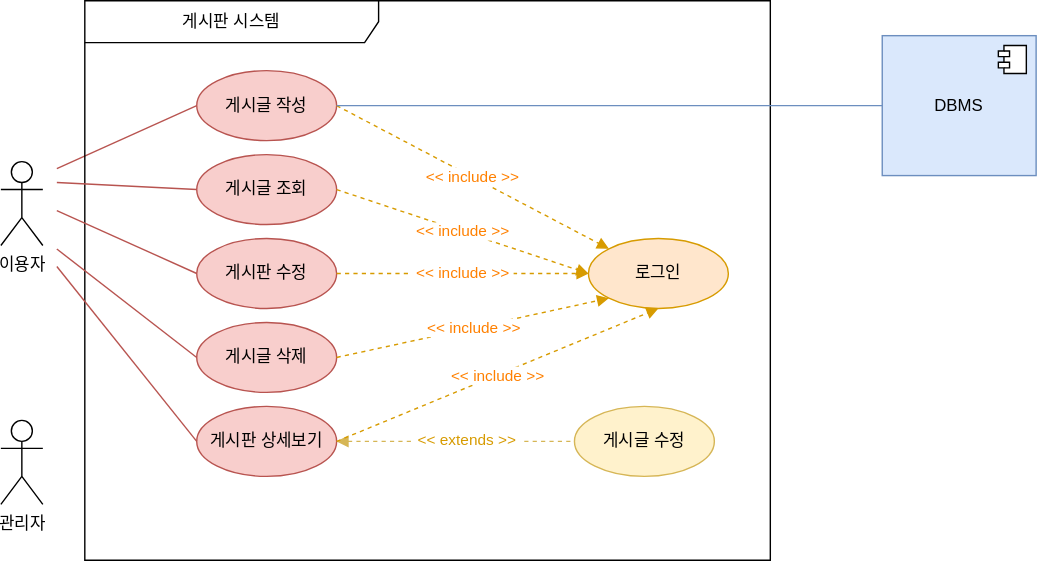
This is 게시판시스템.drawio.svg from sminxxi/multi_it_test, a draw.io export, as it was before one commit. Source tidied: cells renumbered, new cells last; positions are measured from the earlier drawing's top-left corner, leaving out a move shared by most shapes.
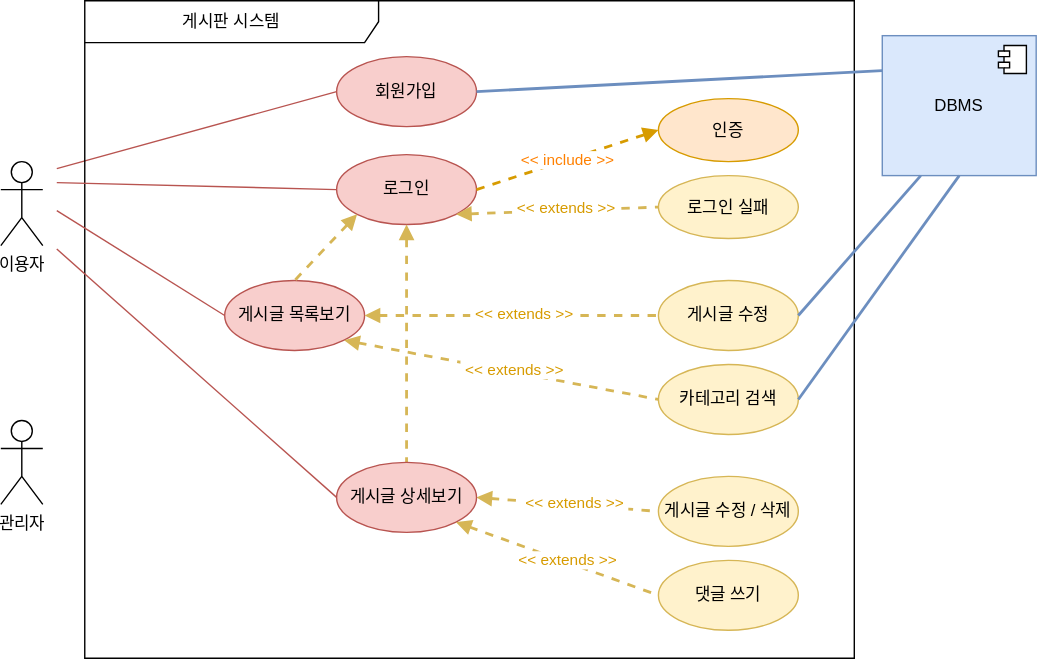
The same diagram one commit later.

Commit message:
게시판시스템.drawio.svg 업데이트

Diff of the diagram source:
```diff
@@ -14,29 +14,23 @@
       <mxGeometry y="300" width="30" height="60" as="geometry" />
     </mxCell>
     <mxCell id="5" value="게시판 시스템" style="shape=umlFrame;whiteSpace=wrap;html=1;width=210;height=30;" parent="1" vertex="1">
-      <mxGeometry x="60" width="490" height="400" as="geometry" />
+      <mxGeometry x="60" width="550" height="470" as="geometry" />
     </mxCell>
-    <mxCell id="6" value="게시글 작성" style="ellipse;whiteSpace=wrap;html=1;fillColor=#f8cecc;strokeColor=#b85450;" parent="1" vertex="1">
-      <mxGeometry x="140" y="50" width="100" height="50" as="geometry" />
+    <mxCell id="6" value="회원가입" style="ellipse;whiteSpace=wrap;html=1;fillColor=#f8cecc;strokeColor=#b85450;" parent="1" vertex="1">
+      <mxGeometry x="240" y="40" width="100" height="50" as="geometry" />
     </mxCell>
-    <mxCell id="7" value="게시글 수정" style="ellipse;whiteSpace=wrap;html=1;fillColor=#fff2cc;strokeColor=#d6b656;" parent="1" vertex="1">
-      <mxGeometry x="410" y="290" width="100" height="50" as="geometry" />
+    <mxCell id="7" value="게시글 수정 / 삭제" style="ellipse;whiteSpace=wrap;html=1;fillColor=#fff2cc;strokeColor=#d6b656;" parent="1" vertex="1">
+      <mxGeometry x="470" y="340" width="100" height="50" as="geometry" />
     </mxCell>
-    <mxCell id="8" value="게시글 조회" style="ellipse;whiteSpace=wrap;html=1;fillColor=#f8cecc;strokeColor=#b85450;" parent="1" vertex="1">
-      <mxGeometry x="140" y="110" width="100" height="50" as="geometry" />
+    <mxCell id="8" value="로그인" style="ellipse;whiteSpace=wrap;html=1;fillColor=#f8cecc;strokeColor=#b85450;" parent="1" vertex="1">
+      <mxGeometry x="240" y="110" width="100" height="50" as="geometry" />
     </mxCell>
-    <mxCell id="9" value="게시판 상세보기" style="ellipse;whiteSpace=wrap;html=1;fillColor=#f8cecc;strokeColor=#b85450;" parent="1" vertex="1">
-      <mxGeometry x="140" y="290" width="100" height="50" as="geometry" />
-    </mxCell>
-    <mxCell id="10" value="로그인" style="ellipse;whiteSpace=wrap;html=1;fillColor=#ffe6cc;strokeColor=#d79b00;" parent="1" vertex="1">
-      <mxGeometry x="420" y="170" width="100" height="50" as="geometry" />
+    <mxCell id="10" value="인증" style="ellipse;whiteSpace=wrap;html=1;fillColor=#ffe6cc;strokeColor=#d79b00;" parent="1" vertex="1">
+      <mxGeometry x="470" y="70" width="100" height="45" as="geometry" />
     </mxCell>
-    <mxCell id="11" value="게시판 수정" style="ellipse;whiteSpace=wrap;html=1;fillColor=#f8cecc;strokeColor=#b85450;" parent="1" vertex="1">
-      <mxGeometry x="140" y="170" width="100" height="50" as="geometry" />
+    <mxCell id="11" value="게시글 목록보기" style="ellipse;whiteSpace=wrap;html=1;fillColor=#f8cecc;strokeColor=#b85450;" parent="1" vertex="1">
+      <mxGeometry x="160" y="200" width="100" height="50" as="geometry" />
     </mxCell>
-    <mxCell id="12" value="게시글 삭제" style="ellipse;whiteSpace=wrap;html=1;fillColor=#f8cecc;strokeColor=#b85450;" parent="1" vertex="1">
-      <mxGeometry x="140" y="230" width="100" height="50" as="geometry" />
-    </mxCell>
     <mxCell id="13" style="rounded=0;jettySize=auto;html=1;entryX=0;entryY=0.5;entryDx=0;entryDy=0;endArrow=none;endFill=0;fillColor=#f8cecc;strokeColor=#b85450;" parent="1" edge="1" target="8">
       <mxGeometry relative="1" as="geometry">
         <mxPoint x="40" y="130" as="sourcePoint" />
@@ -52,37 +46,16 @@
         <mxPoint x="40" y="177.5" as="sourcePoint" />
       </mxGeometry>
     </mxCell>
-    <mxCell id="16" value="&amp;nbsp;&amp;lt;&amp;lt; include &amp;gt;&amp;gt;&amp;nbsp;" style="rounded=0;jettySize=auto;html=1;entryX=0;entryY=0;entryDx=0;entryDy=0;endArrow=block;endFill=1;dashed=1;strokeWidth=1;fillColor=#ffe6cc;strokeColor=#d79b00;fontColor=#FF8000;" parent="1" edge="1" target="10">
-      <mxGeometry relative="1" as="geometry">
-        <mxPoint x="240" y="75" as="sourcePoint" />
-      </mxGeometry>
+    <mxCell id="16" value="&amp;nbsp;&amp;lt;&amp;lt; include &amp;gt;&amp;gt;&amp;nbsp;" style="rounded=0;jettySize=auto;html=1;entryX=0;entryY=0.5;entryDx=0;entryDy=0;endArrow=block;endFill=1;dashed=1;strokeWidth=2;fillColor=#ffe6cc;strokeColor=#d79b00;fontColor=#FF8000;exitX=1;exitY=0.5;exitDx=0;exitDy=0;" parent="1" edge="1" source="8" target="10">
+      <mxGeometry relative="1" as="geometry" />
     </mxCell>
-    <mxCell id="17" style="rounded=0;jettySize=auto;html=1;entryX=0;entryY=0.5;entryDx=0;entryDy=0;endArrow=none;endFill=0;dashed=1;startArrow=block;startFill=1;fillColor=#fff2cc;strokeColor=#d6b656;exitX=1;exitY=0.5;exitDx=0;exitDy=0;" parent="1" edge="1" source="9" target="7">
+    <mxCell id="17" style="rounded=0;jettySize=auto;html=1;entryX=0;entryY=0.5;entryDx=0;entryDy=0;endArrow=none;endFill=0;dashed=1;startArrow=block;startFill=1;fillColor=#fff2cc;strokeColor=#d6b656;exitX=1;exitY=0.5;exitDx=0;exitDy=0;strokeWidth=2;" parent="1" edge="1" source="12" target="7">
       <mxGeometry relative="1" as="geometry" />
     </mxCell>
     <mxCell id="18" value="&amp;nbsp;&amp;lt;&amp;lt; extends &amp;gt;&amp;gt;&amp;nbsp;" style="edgeLabel;html=1;align=center;verticalAlign=middle;fontColor=#D79B00;" parent="17" vertex="1">
       <mxGeometry x="0.08" y="2" relative="1" as="geometry" />
     </mxCell>
-    <mxCell id="19" style="rounded=0;jettySize=auto;html=1;entryX=0;entryY=0.5;entryDx=0;entryDy=0;endArrow=none;endFill=0;fillColor=#f8cecc;strokeColor=#b85450;" parent="1" edge="1" target="9">
-      <mxGeometry relative="1" as="geometry">
-        <mxPoint x="40" y="190" as="sourcePoint" />
-      </mxGeometry>
-    </mxCell>
-    <mxCell id="20" value="&amp;nbsp;&amp;lt;&amp;lt; include &amp;gt;&amp;gt;&amp;nbsp;" style="rounded=0;jettySize=auto;html=1;entryX=0;entryY=0.5;entryDx=0;entryDy=0;endArrow=block;endFill=1;dashed=1;strokeWidth=1;fillColor=#ffe6cc;strokeColor=#d79b00;fontColor=#FF8000;" parent="1" edge="1" target="10">
-      <mxGeometry relative="1" as="geometry">
-        <mxPoint x="240" y="135" as="sourcePoint" />
-      </mxGeometry>
-    </mxCell>
-    <mxCell id="21" value="&amp;nbsp;&amp;lt;&amp;lt; include &amp;gt;&amp;gt;&amp;nbsp;" style="rounded=0;jettySize=auto;html=1;entryX=0;entryY=0.5;entryDx=0;entryDy=0;endArrow=block;endFill=1;dashed=1;strokeWidth=1;fillColor=#ffe6cc;strokeColor=#d79b00;fontColor=#FF8000;exitX=1;exitY=0.5;exitDx=0;exitDy=0;" parent="1" edge="1" source="11" target="10">
-      <mxGeometry relative="1" as="geometry" />
-    </mxCell>
-    <mxCell id="22" value="&amp;nbsp;&amp;lt;&amp;lt; include &amp;gt;&amp;gt;&amp;nbsp;" style="rounded=0;jettySize=auto;html=1;endArrow=block;endFill=1;dashed=1;strokeWidth=1;fillColor=#ffe6cc;strokeColor=#d79b00;fontColor=#FF8000;exitX=1;exitY=0.5;exitDx=0;exitDy=0;entryX=0;entryY=1;entryDx=0;entryDy=0;" parent="1" edge="1" source="12" target="10">
-      <mxGeometry relative="1" as="geometry" />
-    </mxCell>
-    <mxCell id="23" value="&amp;nbsp;&amp;lt;&amp;lt; include &amp;gt;&amp;gt;&amp;nbsp;" style="rounded=0;jettySize=auto;html=1;endArrow=block;endFill=1;dashed=1;strokeWidth=1;fillColor=#ffe6cc;strokeColor=#d79b00;fontColor=#FF8000;exitX=1;exitY=0.5;exitDx=0;exitDy=0;entryX=0.5;entryY=1;entryDx=0;entryDy=0;" parent="1" edge="1" source="9" target="10">
-      <mxGeometry relative="1" as="geometry" />
-    </mxCell>
-    <mxCell id="24" style="rounded=0;jettySize=auto;html=1;endArrow=none;endFill=0;fillColor=#dae8fc;strokeColor=#6c8ebf;exitX=1;exitY=0.5;exitDx=0;exitDy=0;" parent="1" edge="1" source="6" target="25">
+    <mxCell id="24" style="rounded=0;jettySize=auto;html=1;endArrow=none;endFill=0;fillColor=#dae8fc;strokeColor=#6c8ebf;exitX=1;exitY=0.5;exitDx=0;exitDy=0;entryX=0;entryY=0.25;entryDx=0;entryDy=0;strokeWidth=2;" parent="1" edge="1" source="6" target="25">
       <mxGeometry relative="1" as="geometry" />
     </mxCell>
     <mxCell id="25" value="DBMS" style="html=1;whiteSpace=wrap;fillColor=#dae8fc;strokeColor=#6c8ebf;" parent="1" vertex="1">
@@ -93,5 +66,56 @@
         <mxPoint x="-27" y="7" as="offset" />
       </mxGeometry>
     </mxCell>
+    <mxCell id="27" value="로그인 실패" style="ellipse;whiteSpace=wrap;html=1;fillColor=#fff2cc;strokeColor=#d6b656;" parent="1" vertex="1">
+      <mxGeometry x="470" y="125" width="100" height="45" as="geometry" />
+    </mxCell>
+    <mxCell id="28" style="rounded=0;jettySize=auto;html=1;entryX=0;entryY=0.5;entryDx=0;entryDy=0;endArrow=none;endFill=0;dashed=1;startArrow=block;startFill=1;fillColor=#fff2cc;strokeColor=#d6b656;exitX=1;exitY=1;exitDx=0;exitDy=0;strokeWidth=2;" parent="1" edge="1" source="8" target="27">
+      <mxGeometry relative="1" as="geometry" />
+    </mxCell>
+    <mxCell id="29" value="&amp;nbsp;&amp;lt;&amp;lt; extends &amp;gt;&amp;gt;&amp;nbsp;" style="edgeLabel;html=1;align=center;verticalAlign=middle;fontColor=#D79B00;" parent="28" vertex="1">
+      <mxGeometry x="0.08" y="2" relative="1" as="geometry" />
+    </mxCell>
+    <mxCell id="30" style="rounded=0;jettySize=auto;html=1;entryX=0.5;entryY=0;entryDx=0;entryDy=0;endArrow=none;endFill=0;dashed=1;startArrow=block;startFill=1;fillColor=#fff2cc;strokeColor=#d6b656;exitX=0.5;exitY=1;exitDx=0;exitDy=0;strokeWidth=2;" parent="1" edge="1" source="8" target="12">
+      <mxGeometry relative="1" as="geometry" />
+    </mxCell>
+    <mxCell id="12" value="게시글 상세보기" style="ellipse;whiteSpace=wrap;html=1;fillColor=#f8cecc;strokeColor=#b85450;" parent="1" vertex="1">
+      <mxGeometry x="240" y="330" width="100" height="50" as="geometry" />
+    </mxCell>
+    <mxCell id="31" value="게시글 수정" style="ellipse;whiteSpace=wrap;html=1;fillColor=#fff2cc;strokeColor=#d6b656;" parent="1" vertex="1">
+      <mxGeometry x="470" y="200" width="100" height="50" as="geometry" />
+    </mxCell>
+    <mxCell id="32" value="카테고리 검색" style="ellipse;whiteSpace=wrap;html=1;fillColor=#fff2cc;strokeColor=#d6b656;" parent="1" vertex="1">
+      <mxGeometry x="470" y="260" width="100" height="50" as="geometry" />
+    </mxCell>
+    <mxCell id="33" style="rounded=0;jettySize=auto;html=1;entryX=0;entryY=0.5;entryDx=0;entryDy=0;endArrow=none;endFill=0;dashed=1;startArrow=block;startFill=1;fillColor=#fff2cc;strokeColor=#d6b656;exitX=1;exitY=0.5;exitDx=0;exitDy=0;strokeWidth=2;" parent="1" edge="1" source="11" target="31">
+      <mxGeometry relative="1" as="geometry" />
+    </mxCell>
+    <mxCell id="34" value="&amp;nbsp;&amp;lt;&amp;lt; extends &amp;gt;&amp;gt;&amp;nbsp;" style="edgeLabel;html=1;align=center;verticalAlign=middle;fontColor=#D79B00;" parent="33" vertex="1">
+      <mxGeometry x="0.08" y="2" relative="1" as="geometry" />
+    </mxCell>
+    <mxCell id="35" style="rounded=0;jettySize=auto;html=1;entryX=0;entryY=0.5;entryDx=0;entryDy=0;endArrow=none;endFill=0;dashed=1;startArrow=block;startFill=1;fillColor=#fff2cc;strokeColor=#d6b656;exitX=1;exitY=1;exitDx=0;exitDy=0;strokeWidth=2;" parent="1" edge="1" source="11" target="32">
+      <mxGeometry relative="1" as="geometry" />
+    </mxCell>
+    <mxCell id="36" value="&amp;nbsp;&amp;lt;&amp;lt; extends &amp;gt;&amp;gt;&amp;nbsp;" style="edgeLabel;html=1;align=center;verticalAlign=middle;fontColor=#D79B00;" parent="35" vertex="1">
+      <mxGeometry x="0.08" y="2" relative="1" as="geometry" />
+    </mxCell>
+    <mxCell id="37" style="rounded=0;jettySize=auto;html=1;entryX=0.5;entryY=0;entryDx=0;entryDy=0;endArrow=none;endFill=0;dashed=1;startArrow=block;startFill=1;fillColor=#fff2cc;strokeColor=#d6b656;exitX=0;exitY=1;exitDx=0;exitDy=0;strokeWidth=2;" parent="1" edge="1" source="8" target="11">
+      <mxGeometry relative="1" as="geometry" />
+    </mxCell>
+    <mxCell id="38" style="rounded=0;jettySize=auto;html=1;endArrow=none;endFill=0;fillColor=#dae8fc;strokeColor=#6c8ebf;exitX=1;exitY=0.5;exitDx=0;exitDy=0;entryX=0.25;entryY=1;entryDx=0;entryDy=0;strokeWidth=2;" parent="1" edge="1" source="31" target="25">
+      <mxGeometry relative="1" as="geometry" />
+    </mxCell>
+    <mxCell id="39" style="rounded=0;jettySize=auto;html=1;endArrow=none;endFill=0;fillColor=#dae8fc;strokeColor=#6c8ebf;exitX=1;exitY=0.5;exitDx=0;exitDy=0;entryX=0.5;entryY=1;entryDx=0;entryDy=0;strokeWidth=2;" parent="1" edge="1" source="32" target="25">
+      <mxGeometry relative="1" as="geometry" />
+    </mxCell>
+    <mxCell id="40" value="댓글 쓰기" style="ellipse;whiteSpace=wrap;html=1;fillColor=#fff2cc;strokeColor=#d6b656;" parent="1" vertex="1">
+      <mxGeometry x="470" y="400" width="100" height="50" as="geometry" />
+    </mxCell>
+    <mxCell id="41" style="rounded=0;jettySize=auto;html=1;entryX=0;entryY=0.5;entryDx=0;entryDy=0;endArrow=none;endFill=0;dashed=1;startArrow=block;startFill=1;fillColor=#fff2cc;strokeColor=#d6b656;exitX=1;exitY=1;exitDx=0;exitDy=0;strokeWidth=2;" parent="1" edge="1" source="12" target="40">
+      <mxGeometry relative="1" as="geometry" />
+    </mxCell>
+    <mxCell id="42" value="&amp;nbsp;&amp;lt;&amp;lt; extends &amp;gt;&amp;gt;&amp;nbsp;" style="edgeLabel;html=1;align=center;verticalAlign=middle;fontColor=#D79B00;" parent="41" vertex="1">
+      <mxGeometry x="0.08" y="2" relative="1" as="geometry" />
+    </mxCell>
   </root>
 </mxGraphModel>
```
